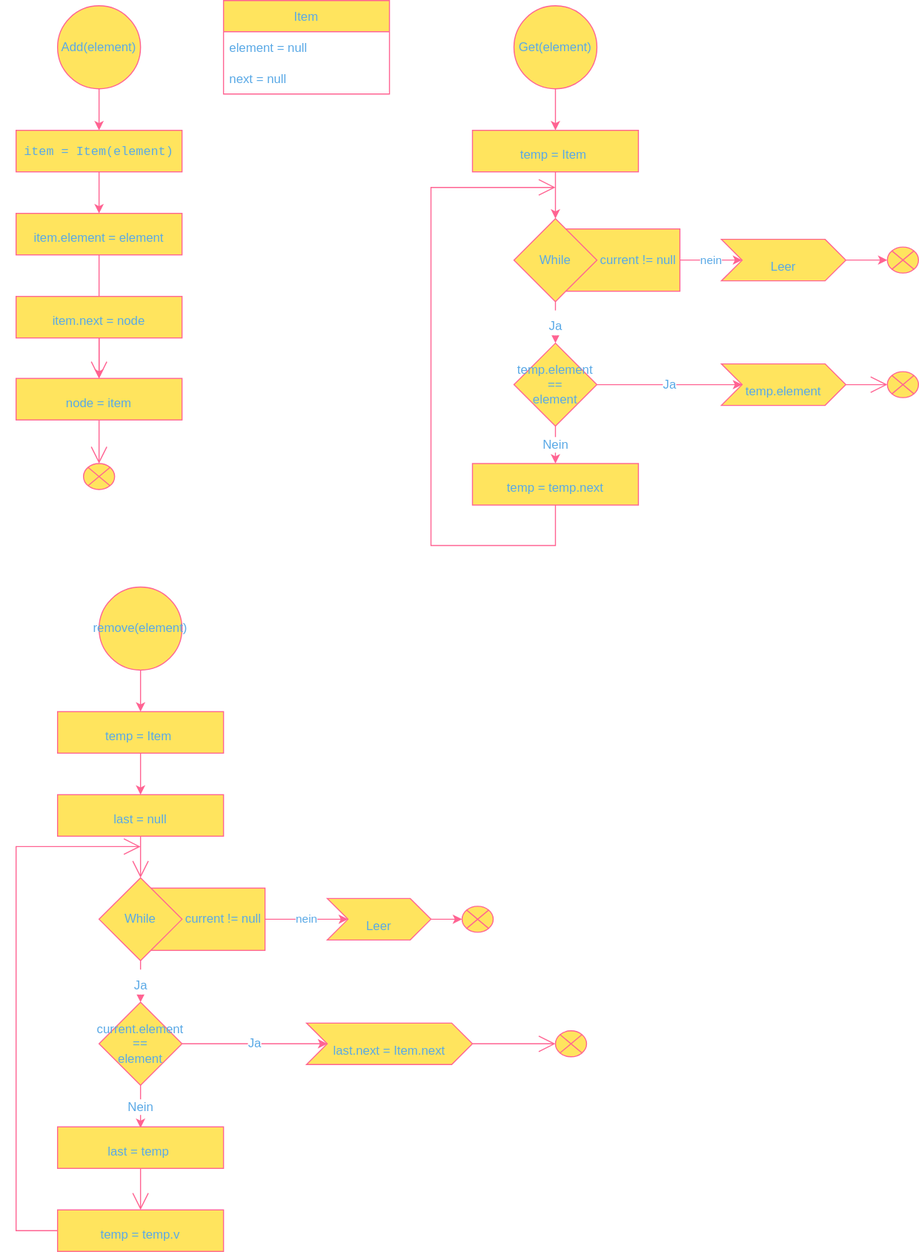
Above: img/Linkedlist_Diagram.drawio.svg in amariwan/Stack-Queue-LinkedList (draw.io), before the change. Source tidied: cells renumbered, new cells last; positions are measured from the earlier drawing's top-left corner, leaving out a move shared by most shapes.
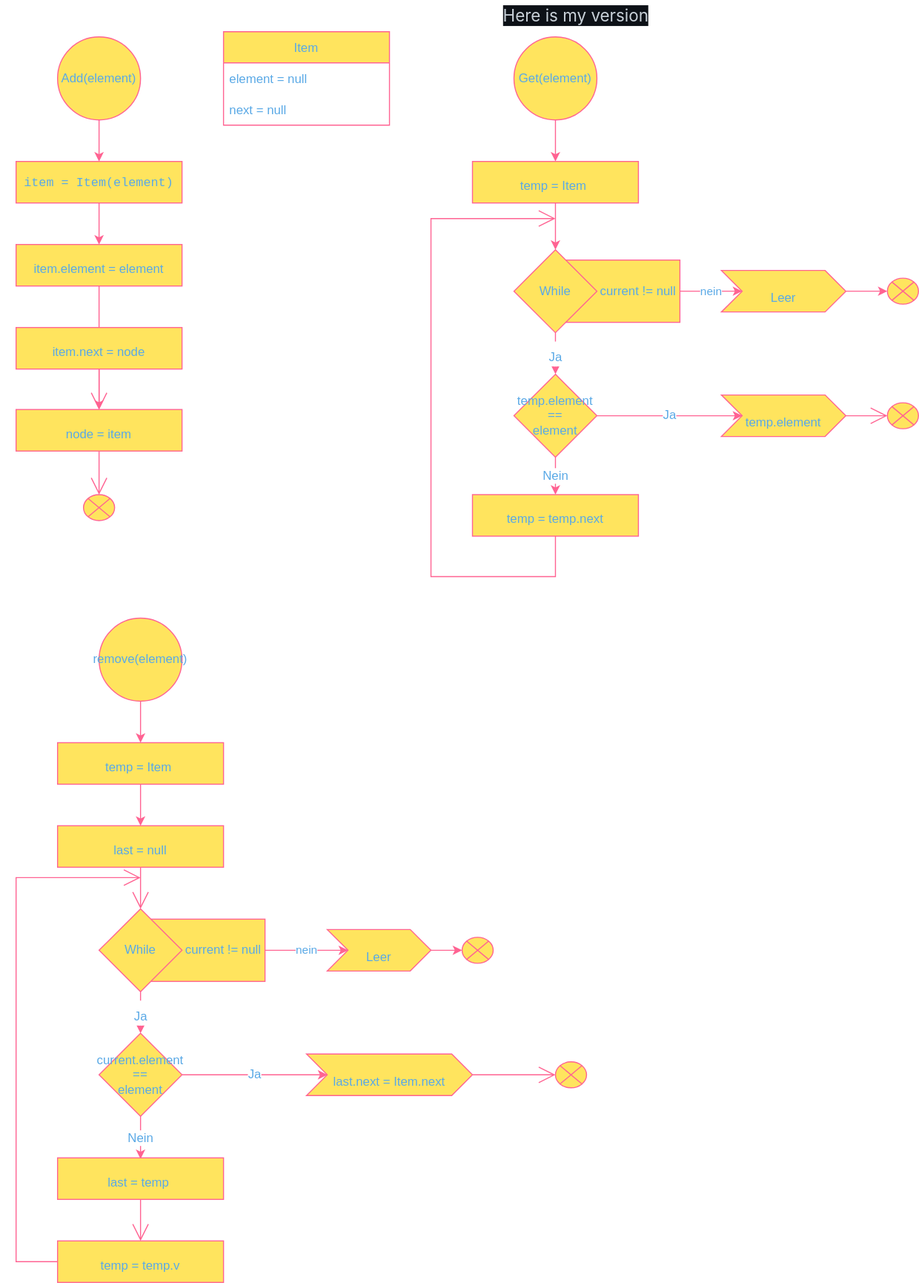
Later version of the same file.

Diff of the diagram source:
```diff
@@ -195,5 +195,8 @@
     <mxCell id="57" value="&lt;span style=&quot;font-size: 12px;&quot;&gt;last.next = Item.next&lt;/span&gt;" style="shape=step;perimeter=stepPerimeter;whiteSpace=wrap;html=1;fixedSize=1;fontSize=30;rounded=0;fillColor=#FFE45E;strokeColor=#FF6392;fontColor=#5AA9E6;" parent="1" vertex="1">
       <mxGeometry x="280" y="985" width="160" height="40" as="geometry" />
     </mxCell>
+    <mxCell id="58" value="&lt;span style=&quot;color: rgb(201, 209, 217); font-family: -apple-system, BlinkMacSystemFont, &amp;quot;Segoe UI&amp;quot;, Helvetica, Arial, sans-serif, &amp;quot;Apple Color Emoji&amp;quot;, &amp;quot;Segoe UI Emoji&amp;quot;; font-size: 16px; text-align: start; background-color: rgb(13, 17, 23);&quot;&gt;Here is my version&lt;/span&gt;" style="text;html=1;strokeColor=none;fillColor=none;align=center;verticalAlign=middle;whiteSpace=wrap;rounded=0;" parent="1" vertex="1">
+      <mxGeometry x="380" y="-30" width="320" height="30" as="geometry" />
+    </mxCell>
   </root>
 </mxGraphModel>
```
